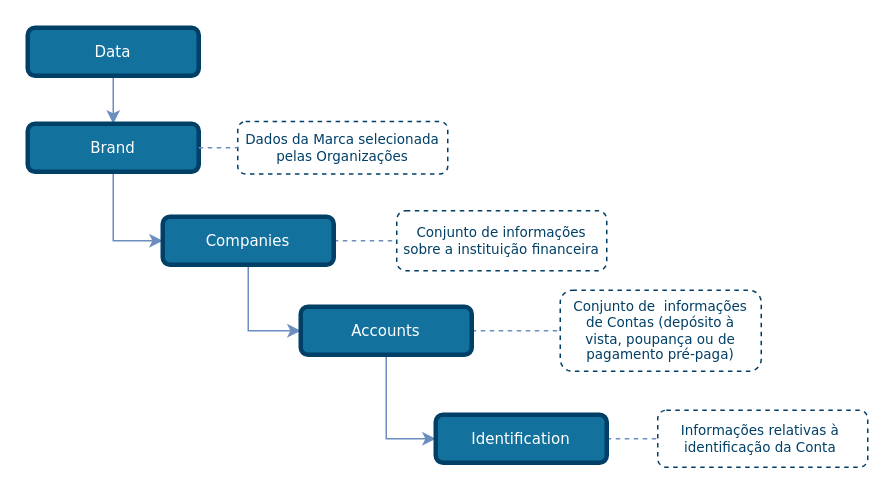
OpenBanking-Brasil/areadesenvolvedor keeps this draw.io diagram as draw_io_diagrams/accounts/TLD_Accounts_Identification.drawio. Above is the earlier version. Source tidied: cells renumbered, new cells numbered last; positions are measured from the earlier drawing's top-left corner, leaving out a move shared by most shapes. Both pictures are drawn from the tidied source at 150%, with x=0, y=0 at pixel (27, 27).
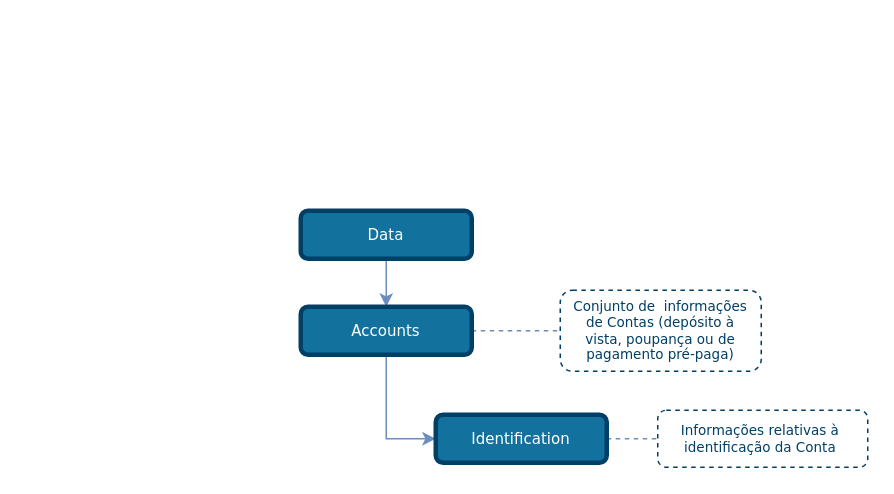
Above is the later version.

Commit message (it also covers changes not shown here):
Accounts - Update tld

Change to the diagram source:
```diff
@@
 <mxGraphModel>
   <root>
     <mxCell id="0" />
     <mxCell id="1" parent="0" />
     <mxCell id="2" style="edgeStyle=none;rounded=1;jettySize=auto;html=1;entryX=0;entryY=0.5;entryDx=0;entryDy=0;dashed=1;endArrow=none;endFill=0;endSize=6;strokeColor=#6C8EBF;exitX=1;exitY=0.5;exitDx=0;exitDy=0;" parent="1" edge="1" source="18" target="12">
       <mxGeometry relative="1" as="geometry" />
     </mxCell>
-    <mxCell id="3" style="edgeStyle=orthogonalEdgeStyle;rounded=0;jettySize=auto;html=1;exitX=0.5;exitY=1;exitDx=0;exitDy=0;entryX=0.5;entryY=0;entryDx=0;entryDy=0;endSize=6;fillColor=#dae8fc;strokeColor=#6c8ebf;comic=0;shadow=0;backgroundOutline=0;snapToPoint=0;fixDash=0;endArrow=classic;endFill=1;" parent="1" edge="1" source="4" target="9">
-      <mxGeometry relative="1" as="geometry" />
+    <mxCell id="3" style="edgeStyle=orthogonalEdgeStyle;rounded=0;jettySize=auto;html=1;exitX=0.5;exitY=1;exitDx=0;exitDy=0;entryX=0.5;entryY=0;entryDx=0;entryDy=0;endSize=6;fillColor=#dae8fc;strokeColor=#6c8ebf;comic=0;shadow=0;backgroundOutline=0;snapToPoint=0;fixDash=0;endArrow=classic;endFill=1;" parent="1" edge="1" source="4">
+      <mxGeometry relative="1" as="geometry">
+        <mxPoint x="239" y="186" as="targetPoint" />
+      </mxGeometry>
     </mxCell>
     <mxCell id="4" value="Data" style="rounded=1;whiteSpace=wrap;html=1;comic=0;shadow=0;backgroundOutline=0;snapToPoint=0;fixDash=0;strokeWidth=3;fontFamily=Verdana;fontStyle=0;labelBackgroundColor=none;labelBorderColor=none;fontSize=10;fillColor=#13719E;strokeColor=#003F66;fontColor=#ffffff;" parent="1" vertex="1">
-      <mxGeometry width="114" height="32" as="geometry" />
+      <mxGeometry x="182" y="122" width="114" height="32" as="geometry" />
     </mxCell>
     <mxCell id="5" style="edgeStyle=orthogonalEdgeStyle;rounded=0;jettySize=auto;html=1;exitX=0.5;exitY=1;exitDx=0;exitDy=0;entryX=0;entryY=0.5;entryDx=0;entryDy=0;strokeColor=#6C8EBF;endArrow=classic;endFill=1;" parent="1" edge="1" source="17" target="18">
       <mxGeometry relative="1" as="geometry" />
     </mxCell>
     <mxCell id="6" style="edgeStyle=none;rounded=1;jettySize=auto;html=1;exitX=1;exitY=0.5;exitDx=0;exitDy=0;entryX=0;entryY=0.5;entryDx=0;entryDy=0;dashed=1;endArrow=none;endFill=0;endSize=6;strokeColor=#6C8EBF;" parent="1" edge="1" source="17" target="7">
       <mxGeometry relative="1" as="geometry" />
     </mxCell>
     <mxCell id="7" value="&lt;font style=&quot;font-size: 9px&quot;&gt;Conjunto de&amp;nbsp; informações de Contas (depósito à vista, poupança ou de pagamento pré-paga)&lt;/font&gt;" style="rounded=1;whiteSpace=wrap;html=1;shadow=0;comic=0;strokeColor=#003F66;strokeWidth=1;fillColor=#ffffff;fontFamily=Verdana;fontSize=9;fontColor=#003F66;dashed=1;spacingLeft=5;spacing=0;spacingRight=5;spacingBottom=5;spacingTop=5;align=center;verticalAlign=middle;gradientColor=#ffffff;" parent="1" vertex="1">
       <mxGeometry x="355" y="175" width="134" height="54" as="geometry" />
     </mxCell>
-    <mxCell id="8" style="edgeStyle=orthogonalEdgeStyle;rounded=0;jettySize=auto;html=1;entryX=0;entryY=0.5;entryDx=0;entryDy=0;shadow=0;strokeColor=#6c8ebf;fillColor=#dae8fc;endFill=1;endSize=6;comic=0;exitX=0.5;exitY=1;exitDx=0;exitDy=0;" parent="1" edge="1" source="9" target="16">
-      <mxGeometry relative="1" as="geometry" />
-    </mxCell>
-    <mxCell id="9" value="Brand" style="rounded=1;whiteSpace=wrap;html=1;comic=0;shadow=0;backgroundOutline=0;snapToPoint=0;fixDash=0;strokeWidth=3;fontFamily=Verdana;fontStyle=0;labelBackgroundColor=none;labelBorderColor=none;fontSize=10;fillColor=#13719E;strokeColor=#003F66;fontColor=#ffffff;" parent="1" vertex="1">
-      <mxGeometry y="64" width="114" height="32" as="geometry" />
-    </mxCell>
-    <mxCell id="10" value="Dados da Marca selecionada pelas Organizações" style="rounded=1;whiteSpace=wrap;html=1;shadow=0;comic=0;strokeColor=#003F66;strokeWidth=1;fillColor=#ffffff;fontFamily=Verdana;fontSize=9;fontColor=#003F66;dashed=1;spacingLeft=5;spacing=0;spacingRight=5;spacingBottom=5;spacingTop=5;align=center;verticalAlign=middle;gradientColor=#ffffff;" parent="1" vertex="1">
-      <mxGeometry x="140" y="62.5" width="140" height="35" as="geometry" />
-    </mxCell>
-    <mxCell id="11" style="edgeStyle=none;rounded=1;jettySize=auto;html=1;exitX=1;exitY=0.5;exitDx=0;exitDy=0;entryX=0;entryY=0.5;entryDx=0;entryDy=0;dashed=1;endArrow=none;endFill=0;endSize=6;strokeColor=#6C8EBF;" parent="1" edge="1" source="9" target="10">
-      <mxGeometry relative="1" as="geometry" />
-    </mxCell>
     <mxCell id="12" value="&lt;font style=&quot;font-size: 9px&quot;&gt;Informações relativas à&amp;nbsp; identificação da Conta&amp;nbsp;&lt;/font&gt;" style="rounded=1;whiteSpace=wrap;html=1;shadow=0;comic=0;strokeColor=#003F66;strokeWidth=1;fillColor=#ffffff;fontFamily=Verdana;fontSize=9;fontColor=#003F66;dashed=1;spacingLeft=5;spacing=0;spacingRight=5;spacingBottom=5;spacingTop=5;align=center;verticalAlign=middle;gradientColor=#ffffff;" parent="1" vertex="1">
       <mxGeometry x="420" y="255" width="140" height="38" as="geometry" />
     </mxCell>
-    <mxCell id="13" style="edgeStyle=orthogonalEdgeStyle;rounded=0;jettySize=auto;html=1;entryX=0;entryY=0.5;entryDx=0;entryDy=0;shadow=0;strokeColor=#6c8ebf;fillColor=#dae8fc;endFill=1;endSize=6;comic=0;exitX=0.5;exitY=1;exitDx=0;exitDy=0;" parent="1" edge="1" source="16" target="17">
-      <mxGeometry relative="1" as="geometry" />
-    </mxCell>
-    <mxCell id="14" style="edgeStyle=none;rounded=1;jettySize=auto;html=1;exitX=1;exitY=0.5;exitDx=0;exitDy=0;entryX=0;entryY=0.5;entryDx=0;entryDy=0;dashed=1;endArrow=none;endFill=0;endSize=6;strokeColor=#6C8EBF;" parent="1" edge="1" source="16" target="15">
-      <mxGeometry relative="1" as="geometry" />
-    </mxCell>
-    <mxCell id="15" value="&lt;font style=&quot;font-size: 9px&quot;&gt;Conjunto de informações sobre a instituição financeira&lt;/font&gt;" style="rounded=1;whiteSpace=wrap;html=1;shadow=0;comic=0;strokeColor=#003F66;strokeWidth=1;fillColor=#ffffff;gradientColor=#ffffff;fontFamily=Verdana;fontSize=9;fontColor=#003F66;dashed=1;spacingLeft=5;spacing=0;spacingRight=5;spacingBottom=5;spacingTop=5;align=center;verticalAlign=middle;" parent="1" vertex="1">
-      <mxGeometry x="246" y="122" width="140" height="40" as="geometry" />
-    </mxCell>
-    <mxCell id="16" value="Companies" style="rounded=1;whiteSpace=wrap;html=1;comic=0;shadow=0;backgroundOutline=0;snapToPoint=0;fixDash=0;strokeWidth=3;fontFamily=Verdana;fontStyle=0;labelBackgroundColor=none;labelBorderColor=none;fontSize=10;fillColor=#13719E;strokeColor=#003F66;fontColor=#ffffff;" parent="1" vertex="1">
-      <mxGeometry x="90" y="126" width="114" height="32" as="geometry" />
-    </mxCell>
     <mxCell id="17" value="Accounts" style="rounded=1;whiteSpace=wrap;html=1;comic=0;shadow=0;backgroundOutline=0;snapToPoint=0;fixDash=0;strokeWidth=3;fontFamily=Verdana;fontStyle=0;labelBackgroundColor=none;labelBorderColor=none;fontSize=10;fillColor=#13719E;strokeColor=#003F66;fontColor=#ffffff;" parent="1" vertex="1">
       <mxGeometry x="182" y="186" width="114" height="32" as="geometry" />
     </mxCell>
     <mxCell id="18" value="Identification" style="rounded=1;whiteSpace=wrap;html=1;comic=0;shadow=0;backgroundOutline=0;snapToPoint=0;fixDash=0;strokeWidth=3;fontFamily=Verdana;fontStyle=0;labelBackgroundColor=none;labelBorderColor=none;fontSize=10;fillColor=#13719E;strokeColor=#003F66;fontColor=#ffffff;" parent="1" vertex="1">
       <mxGeometry x="272" y="258" width="114" height="32" as="geometry" />
     </mxCell>
   </root>
 </mxGraphModel>
```
